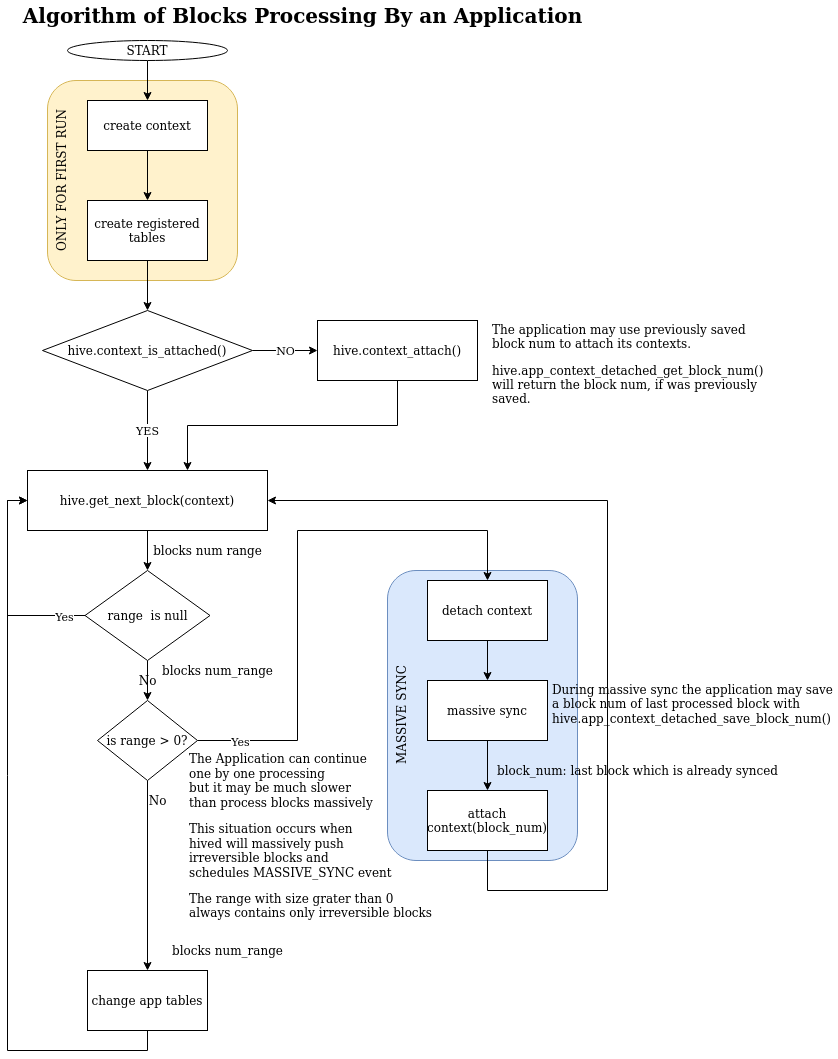
Above: src/hive_fork_manager/doc/evq_app_process_block.png in openhive-network/HAfAH (draw.io), before the change. Source tidied: cells renumbered, new cells last; positions are measured from the earlier drawing's top-left corner, leaving out a move shared by most shapes.
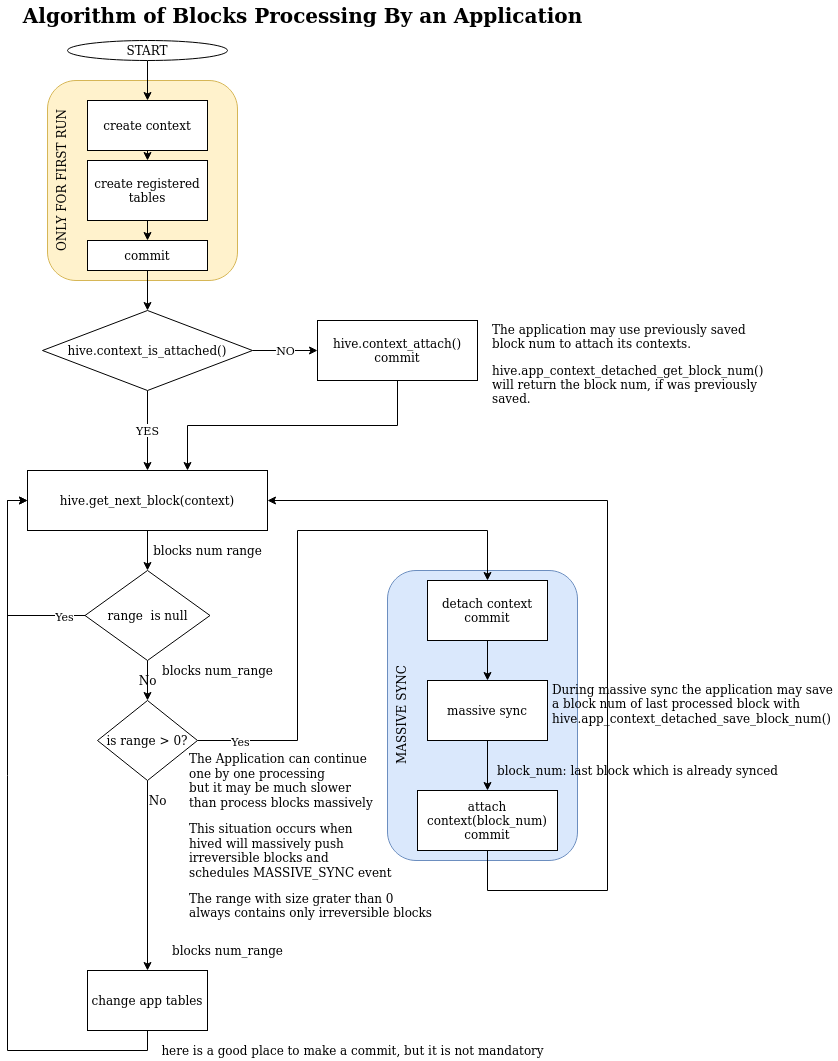
The same file after the commit.

Commit message:
issue #14: detach moves one block bacward

Diff of the diagram source:
```diff
@@ -20,16 +20,16 @@
     <mxCell id="7" value="create context" style="rounded=0;whiteSpace=wrap;html=1;" parent="1" vertex="1">
       <mxGeometry x="80" y="100" width="120" height="50" as="geometry" />
     </mxCell>
-    <mxCell id="8" style="edgeStyle=orthogonalEdgeStyle;rounded=0;jettySize=auto;html=1;exitX=0.5;exitY=1;exitDx=0;exitDy=0;entryX=0.5;entryY=0;entryDx=0;entryDy=0;" parent="1" edge="1" source="9" target="41">
-      <mxGeometry relative="1" as="geometry" />
-    </mxCell>
+    <mxCell id="45" style="edgeStyle=none;rounded=0;jettySize=auto;html=1;exitX=0.5;exitY=1;exitDx=0;exitDy=0;entryX=0.5;entryY=0;entryDx=0;entryDy=0;endArrow=classic;endFill=1;startSize=6;endSize=6;sourcePerimeterSpacing=8;targetPerimeterSpacing=8;" parent="1" edge="1" source="9" target="48">
+      <mxGeometry relative="1" as="geometry" />
+    </mxCell>
     <mxCell id="9" value="create registered tables" style="rounded=0;whiteSpace=wrap;html=1;" parent="1" vertex="1">
-      <mxGeometry x="80" y="200" width="120" height="60" as="geometry" />
+      <mxGeometry x="80" y="160" width="120" height="60" as="geometry" />
     </mxCell>
     <mxCell id="10" style="edgeStyle=orthogonalEdgeStyle;rounded=0;jettySize=auto;html=1;exitX=0.5;exitY=1;exitDx=0;exitDy=0;entryX=0.5;entryY=0;entryDx=0;entryDy=0;" parent="1" edge="1" source="11" target="13">
       <mxGeometry relative="1" as="geometry" />
     </mxCell>
-    <mxCell id="11" value="detach context" style="rounded=0;whiteSpace=wrap;html=1;" parent="1" vertex="1">
+    <mxCell id="11" value="&lt;div&gt;detach context&lt;/div&gt;&lt;div&gt;commit&lt;br&gt;&lt;/div&gt;" style="rounded=0;whiteSpace=wrap;html=1;" parent="1" vertex="1">
       <mxGeometry x="420" y="580" width="120" height="60" as="geometry" />
     </mxCell>
     <mxCell id="12" style="edgeStyle=orthogonalEdgeStyle;rounded=0;jettySize=auto;html=1;exitX=0.5;exitY=1;exitDx=0;exitDy=0;entryX=0.5;entryY=0;entryDx=0;entryDy=0;" parent="1" edge="1" source="13" target="15">
@@ -47,8 +47,8 @@
         </Array>
       </mxGeometry>
     </mxCell>
-    <mxCell id="15" value="attach context(block_num)" style="rounded=0;whiteSpace=wrap;html=1;" parent="1" vertex="1">
-      <mxGeometry x="420" y="790" width="120" height="60" as="geometry" />
+    <mxCell id="15" value="&lt;div&gt;attach context(block_num)&lt;/div&gt;&lt;div&gt;commit&lt;br&gt;&lt;/div&gt;" style="rounded=0;whiteSpace=wrap;html=1;" parent="1" vertex="1">
+      <mxGeometry x="410" y="790" width="140" height="60" as="geometry" />
     </mxCell>
     <mxCell id="16" value="block_num: last block which is already synced" style="text;html=1;align=center;verticalAlign=middle;strokeColor=none;" parent="1" vertex="1">
       <mxGeometry x="480" y="760" width="300" height="20" as="geometry" />
@@ -154,11 +154,20 @@
         </Array>
       </mxGeometry>
     </mxCell>
-    <mxCell id="43" value="hive.context_attach()" style="rounded=0;whiteSpace=wrap;html=1;" parent="1" vertex="1">
+    <mxCell id="43" value="&lt;div&gt;hive.context_attach()&lt;/div&gt;commit" style="rounded=0;whiteSpace=wrap;html=1;" parent="1" vertex="1">
       <mxGeometry x="310" y="320" width="160" height="60" as="geometry" />
     </mxCell>
     <mxCell id="44" value="&lt;p&gt;The application may use previously saved block num to attach its contexts.&lt;/p&gt;&lt;p&gt;hive.app_context_detached_get_block_num() will return the block num, if was previously saved.&lt;br&gt;&lt;/p&gt;" style="text;html=1;strokeColor=none;fillColor=none;spacing=5;spacingTop=-20;whiteSpace=wrap;overflow=hidden;rounded=0;" parent="1" vertex="1">
       <mxGeometry x="480" y="320" width="290" height="90" as="geometry" />
     </mxCell>
+    <mxCell id="46" value="here is a good place to make a commit, but it is not mandatory" style="text;html=1;align=center;verticalAlign=middle;strokeColor=none;fillColor=none;" parent="1" vertex="1">
+      <mxGeometry x="145" y="1040" width="400" height="20" as="geometry" />
+    </mxCell>
+    <mxCell id="47" style="edgeStyle=none;rounded=0;jettySize=auto;html=1;exitX=0.5;exitY=1;exitDx=0;exitDy=0;entryX=0.5;entryY=0;entryDx=0;entryDy=0;endArrow=classic;startSize=6;endSize=6;sourcePerimeterSpacing=8;targetPerimeterSpacing=8;endFill=1;" parent="1" edge="1" source="48" target="41">
+      <mxGeometry relative="1" as="geometry" />
+    </mxCell>
+    <mxCell id="48" value="commit" style="rounded=0;whiteSpace=wrap;html=1;" parent="1" vertex="1">
+      <mxGeometry x="80" y="240" width="120" height="30" as="geometry" />
+    </mxCell>
   </root>
 </mxGraphModel>
```
